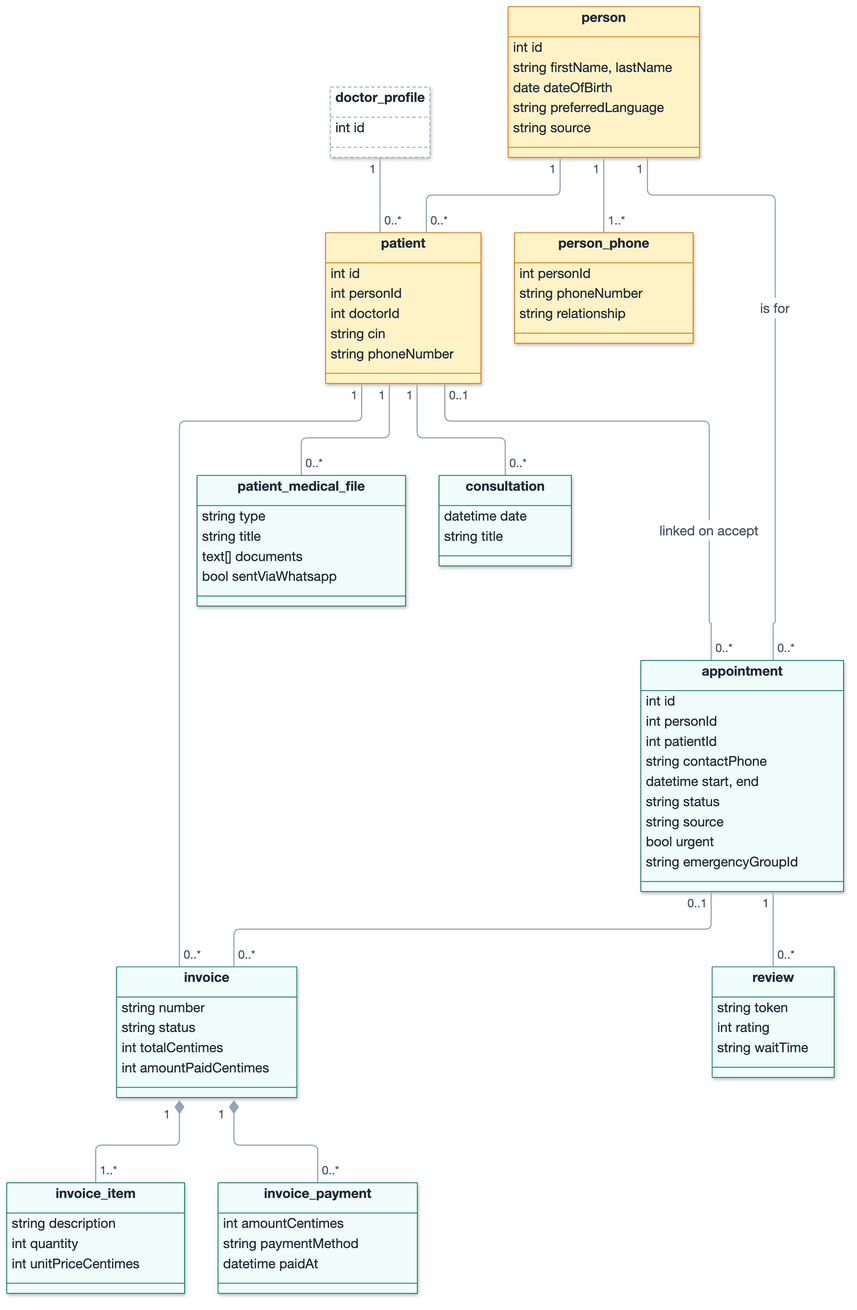
AtriOmar/riaya-report keeps this Mermaid diagram as images/diagrams/class_diagram_people_care.png. Above is the earlier version. Its source is kept beside it as images/diagrams/src/class_diagram_people_care.mmd.
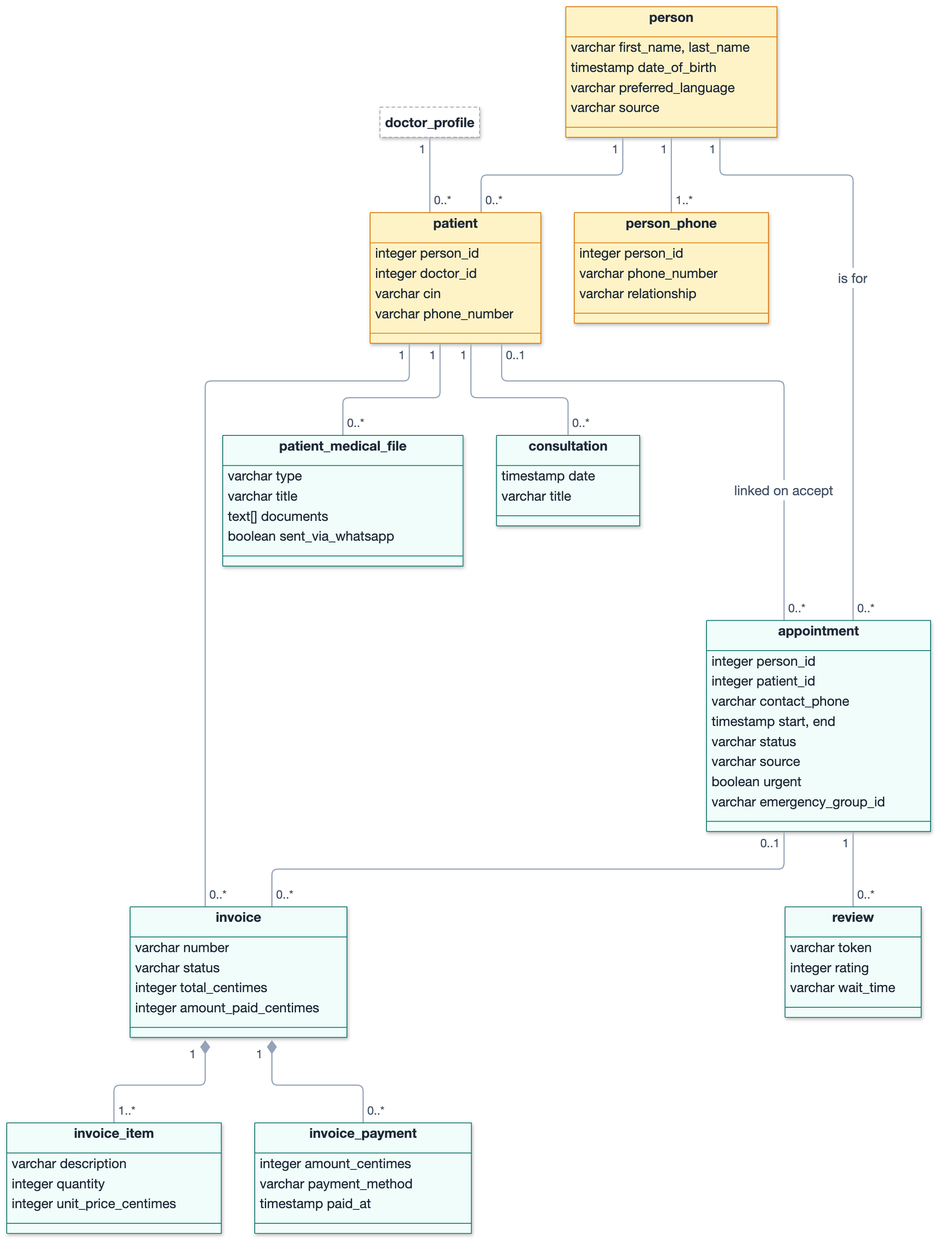
After the commit.

Diff of the diagram source:
```diff
@@ -1,69 +1,64 @@
 classDiagram
 direction TB
 
-class doctor_profile {
-  int id
-}
+class doctor_profile
 class person {
-  int id
-  string firstName, lastName
-  date dateOfBirth
-  string preferredLanguage
-  string source
+  varchar first_name, last_name
+  timestamp date_of_birth
+  varchar preferred_language
+  varchar source
 }
 class person_phone {
-  int personId
-  string phoneNumber
-  string relationship
+  integer person_id
+  varchar phone_number
+  varchar relationship
 }
 class patient {
-  int id
-  int personId
-  int doctorId
-  string cin
-  string phoneNumber
+  integer person_id
+  integer doctor_id
+  varchar cin
+  varchar phone_number
 }
 class appointment {
-  int id
-  int personId
-  int patientId
-  string contactPhone
-  datetime start, end
-  string status
-  string source
-  bool urgent
-  string emergencyGroupId
+  integer person_id
+  integer patient_id
+  varchar contact_phone
+  timestamp start, end
+  varchar status
+  varchar source
+  boolean urgent
+  varchar emergency_group_id
 }
 class review {
-  string token
-  int rating
-  string waitTime
+  varchar token
+  integer rating
+  varchar wait_time
 }
 class consultation {
-  datetime date
-  string title
+  timestamp date
+  varchar title
 }
 class patient_medical_file {
-  string type
-  string title
+  varchar type
+  varchar title
   text[] documents
-  bool sentViaWhatsapp
+  boolean sent_via_whatsapp
 }
 class invoice {
-  string number
-  string status
-  int totalCentimes
-  int amountPaidCentimes
+  varchar number
+  varchar status
+  integer total_centimes
+  integer amount_paid_centimes
 }
 class invoice_item {
-  string description
-  int quantity
-  int unitPriceCentimes
+  varchar description
+  integer quantity
+  integer unit_price_centimes
 }
 class invoice_payment {
-  int amountCentimes
-  string paymentMethod
-  datetime paidAt
+  integer amount_centimes
+  varchar payment_method
+  timestamp paid_at
 }
 
 person "1" -- "1..*" person_phone
@@ -78,7 +73,6 @@
 patient "1" -- "0..*" invoice
 invoice "1" *-- "1..*" invoice_item
 invoice "1" *-- "0..*" invoice_payment
-
 style doctor_profile fill:#FFFFFF,stroke:#94A3B8,stroke-dasharray:4 3
 style person fill:#FEF3C7,stroke:#D97706
 style person_phone fill:#FEF3C7,stroke:#D97706
```
